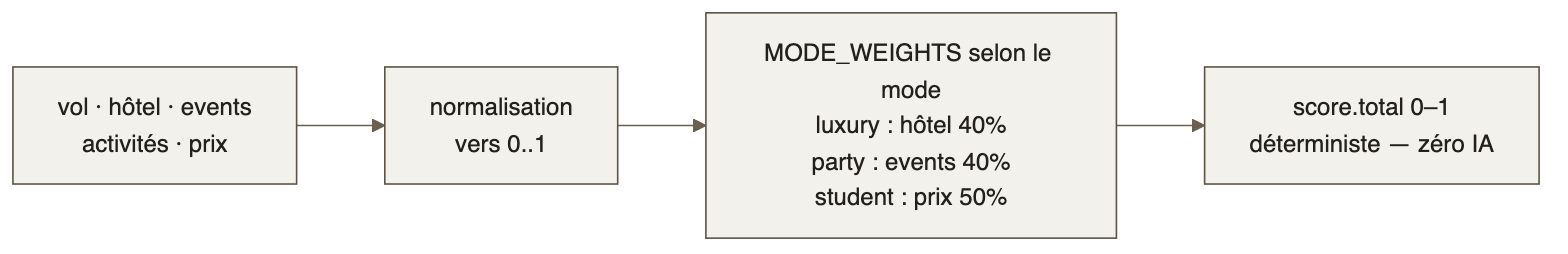
The Mermaid diagram docs/architecture/scoring.png in loties1533/tripgenie-app, before a commit. Its source is kept beside it as docs/architecture/scoring.mmd. Its diagram source:
```mermaid
flowchart LR
    Pack["vol · hôtel · events<br/>activités · prix"] --> N["normalisation<br/>vers 0..1"]
    N --> W["MODE_WEIGHTS selon le mode<br/>luxury : hôtel 40%<br/>party : events 40%<br/>student : prix 50%"]
    W --> T["score.total 0–1<br/>déterministe — zéro IA"]
```
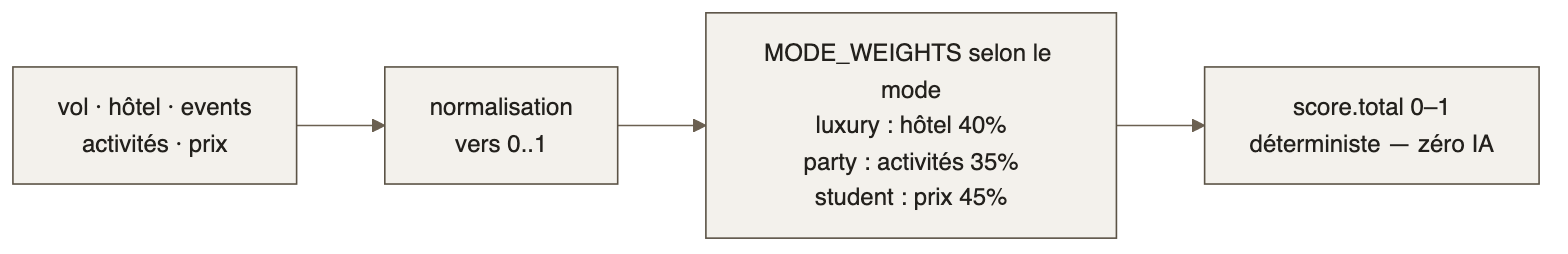
The same diagram one commit later.

What changed in the source:
```diff
@@ -1,4 +1,4 @@
 flowchart LR
     Pack["vol · hôtel · events<br/>activités · prix"] --> N["normalisation<br/>vers 0..1"]
-    N --> W["MODE_WEIGHTS selon le mode<br/>luxury : hôtel 40%<br/>party : events 40%<br/>student : prix 50%"]
+    N --> W["MODE_WEIGHTS selon le mode<br/>luxury : hôtel 40%<br/>party : activités 35%<br/>student : prix 45%"]
     W --> T["score.total 0–1<br/>déterministe — zéro IA"]
```
